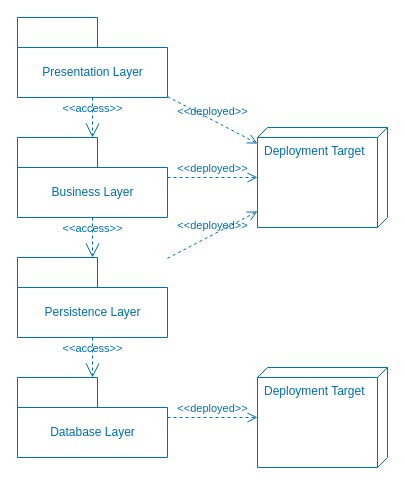
This is diagrams/Architecture_Layered_Variation_1.drawio from ucudal/ANDIS_Conceptos, a draw.io file, before an edit. Source tidied: cells renumbered, new cells numbered last; positions are measured from the earlier drawing's top-left corner, leaving out a move shared by most shapes. Both pictures are drawn from the tidied source at 100%, with x=0, y=0 at pixel (17, 17).
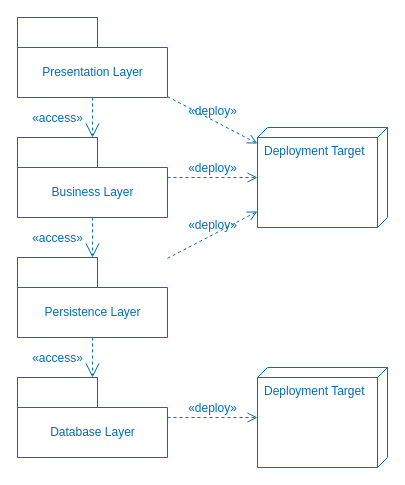
The same page after the edit.

Diff of the diagram source:
```diff
@@
 <mxGraphModel>
   <root>
     <mxCell id="0" />
     <mxCell id="1" parent="0" />
     <mxCell id="2" value="Presentation Layer" style="shape=folder;fontStyle=0;tabWidth=80;tabHeight=30;tabPosition=left;html=1;boundedLbl=1;fillColor=none;fontColor=#006EAF;strokeColor=#006EAF;" parent="1" vertex="1">
       <mxGeometry width="150" height="80" as="geometry" />
     </mxCell>
     <mxCell id="3" value="Business Layer" style="shape=folder;fontStyle=0;tabWidth=80;tabHeight=30;tabPosition=left;html=1;boundedLbl=1;fillColor=none;fontColor=#006EAF;strokeColor=#006EAF;" parent="1" vertex="1">
       <mxGeometry y="120" width="150" height="80" as="geometry" />
     </mxCell>
     <mxCell id="4" value="Persistence Layer" style="shape=folder;fontStyle=0;tabWidth=80;tabHeight=30;tabPosition=left;html=1;boundedLbl=1;fillColor=none;fontColor=#006EAF;strokeColor=#006EAF;" parent="1" vertex="1">
       <mxGeometry y="240" width="150" height="80" as="geometry" />
     </mxCell>
     <mxCell id="5" value="Database Layer" style="shape=folder;fontStyle=0;tabWidth=80;tabHeight=30;tabPosition=left;html=1;boundedLbl=1;fillColor=none;fontColor=#006EAF;strokeColor=#006EAF;" parent="1" vertex="1">
       <mxGeometry y="360" width="150" height="80" as="geometry" />
     </mxCell>
-    <mxCell id="6" value="&amp;lt;&amp;lt;access&amp;gt;&amp;gt;" style="edgeStyle=none;html=1;endArrow=open;endSize=12;dashed=1;verticalAlign=bottom;fontColor=#006EAF;fillColor=#1ba1e2;strokeColor=#006EAF;labelBackgroundColor=none;" parent="1" edge="1">
-      <mxGeometry relative="1" as="geometry">
+    <mxCell id="6" value="&lt;span style=&quot;font-size: 12px;&quot;&gt;«access»&lt;/span&gt;" style="edgeStyle=none;html=1;endArrow=open;endSize=12;dashed=1;verticalAlign=bottom;fontColor=#006EAF;fillColor=#1ba1e2;strokeColor=#006EAF;labelBackgroundColor=none;" parent="1" edge="1">
+      <mxGeometry x="0.5" y="-35" relative="1" as="geometry">
         <mxPoint x="75" y="80" as="sourcePoint" />
         <mxPoint x="75" y="120" as="targetPoint" />
       </mxGeometry>
     </mxCell>
-    <mxCell id="7" value="&amp;lt;&amp;lt;access&amp;gt;&amp;gt;" style="edgeStyle=none;html=1;endArrow=open;endSize=12;dashed=1;verticalAlign=bottom;fontColor=#006EAF;fillColor=#1ba1e2;strokeColor=#006EAF;labelBackgroundColor=none;" parent="1" edge="1" source="3" target="4">
-      <mxGeometry relative="1" as="geometry" />
+    <mxCell id="7" value="&lt;span style=&quot;font-size: 12px;&quot;&gt;«access»&lt;/span&gt;" style="edgeStyle=none;html=1;endArrow=open;endSize=12;dashed=1;verticalAlign=bottom;fontColor=#006EAF;fillColor=#1ba1e2;strokeColor=#006EAF;labelBackgroundColor=none;" parent="1" edge="1" source="3" target="4">
+      <mxGeometry x="0.5" y="-35" relative="1" as="geometry" />
     </mxCell>
-    <mxCell id="8" value="&amp;lt;&amp;lt;access&amp;gt;&amp;gt;" style="edgeStyle=none;html=1;endArrow=open;endSize=12;dashed=1;verticalAlign=bottom;fontColor=#006EAF;fillColor=#1ba1e2;strokeColor=#006EAF;labelBackgroundColor=none;" parent="1" edge="1" source="4" target="5">
-      <mxGeometry relative="1" as="geometry" />
+    <mxCell id="8" value="&lt;span style=&quot;font-size: 12px;&quot;&gt;«access»&lt;/span&gt;" style="edgeStyle=none;html=1;endArrow=open;endSize=12;dashed=1;verticalAlign=bottom;fontColor=#006EAF;fillColor=#1ba1e2;strokeColor=#006EAF;labelBackgroundColor=none;" parent="1" edge="1" source="4" target="5">
+      <mxGeometry x="0.5" y="-35" relative="1" as="geometry" />
     </mxCell>
     <mxCell id="9" value="Deployment Target" style="verticalAlign=top;align=left;shape=cube;size=10;direction=south;fontStyle=0;html=1;boundedLbl=1;spacingLeft=5;fontColor=#006EAF;fillColor=none;strokeColor=#006EAF;" parent="1" vertex="1">
       <mxGeometry x="240" y="110" width="130" height="100" as="geometry" />
     </mxCell>
-    <mxCell id="10" value="&amp;lt;&amp;lt;deployed&amp;gt;&amp;gt;" style="endArrow=open;startArrow=none;endFill=0;startFill=0;endSize=8;html=1;verticalAlign=bottom;dashed=1;labelBackgroundColor=none;fontColor=#006EAF;fillColor=#1ba1e2;strokeColor=#006EAF;" parent="1" edge="1" source="2" target="9">
+    <mxCell id="10" value="&lt;span style=&quot;font-size: 12px;&quot;&gt;«deploy»&lt;/span&gt;" style="endArrow=open;startArrow=none;endFill=0;startFill=0;endSize=8;html=1;verticalAlign=bottom;dashed=1;labelBackgroundColor=none;fontColor=#006EAF;fillColor=#1ba1e2;strokeColor=#006EAF;" parent="1" edge="1" source="2" target="9">
       <mxGeometry relative="1" as="geometry" />
     </mxCell>
-    <mxCell id="11" value="&amp;lt;&amp;lt;deployed&amp;gt;&amp;gt;" style="endArrow=open;startArrow=none;endFill=0;startFill=0;endSize=8;html=1;verticalAlign=bottom;dashed=1;labelBackgroundColor=none;fontColor=#006EAF;fillColor=#1ba1e2;strokeColor=#006EAF;" parent="1" edge="1" source="3" target="9">
+    <mxCell id="11" value="&lt;span style=&quot;font-size: 12px;&quot;&gt;«deploy»&lt;/span&gt;" style="endArrow=open;startArrow=none;endFill=0;startFill=0;endSize=8;html=1;verticalAlign=bottom;dashed=1;labelBackgroundColor=none;fontColor=#006EAF;fillColor=#1ba1e2;strokeColor=#006EAF;" parent="1" edge="1" source="3" target="9">
       <mxGeometry relative="1" as="geometry" />
     </mxCell>
-    <mxCell id="12" value="&amp;lt;&amp;lt;deployed&amp;gt;&amp;gt;" style="endArrow=open;startArrow=none;endFill=0;startFill=0;endSize=8;html=1;verticalAlign=bottom;dashed=1;labelBackgroundColor=none;fontColor=#006EAF;fillColor=#1ba1e2;strokeColor=#006EAF;" parent="1" edge="1" source="4" target="9">
+    <mxCell id="12" value="&lt;span style=&quot;font-size: 12px;&quot;&gt;«deploy»&lt;/span&gt;" style="endArrow=open;startArrow=none;endFill=0;startFill=0;endSize=8;html=1;verticalAlign=bottom;dashed=1;labelBackgroundColor=none;fontColor=#006EAF;fillColor=#1ba1e2;strokeColor=#006EAF;" parent="1" edge="1" source="4" target="9">
       <mxGeometry relative="1" as="geometry" />
     </mxCell>
-    <mxCell id="13" value="&amp;lt;&amp;lt;deployed&amp;gt;&amp;gt;" style="endArrow=open;startArrow=none;endFill=0;startFill=0;endSize=8;html=1;verticalAlign=bottom;dashed=1;labelBackgroundColor=none;fontColor=#006EAF;fillColor=#1ba1e2;strokeColor=#006EAF;" parent="1" edge="1" source="5" target="14">
+    <mxCell id="13" value="&lt;span style=&quot;font-size: 12px;&quot;&gt;«deploy»&lt;/span&gt;" style="endArrow=open;startArrow=none;endFill=0;startFill=0;endSize=8;html=1;verticalAlign=bottom;dashed=1;labelBackgroundColor=none;fontColor=#006EAF;fillColor=#1ba1e2;strokeColor=#006EAF;" parent="1" edge="1" source="5" target="14">
       <mxGeometry relative="1" as="geometry" />
     </mxCell>
     <mxCell id="14" value="Deployment Target" style="verticalAlign=top;align=left;shape=cube;size=10;direction=south;fontStyle=0;html=1;boundedLbl=1;spacingLeft=5;fontColor=#006EAF;fillColor=none;strokeColor=#006EAF;" parent="1" vertex="1">
       <mxGeometry x="240" y="350" width="130" height="100" as="geometry" />
     </mxCell>
   </root>
 </mxGraphModel>
```
